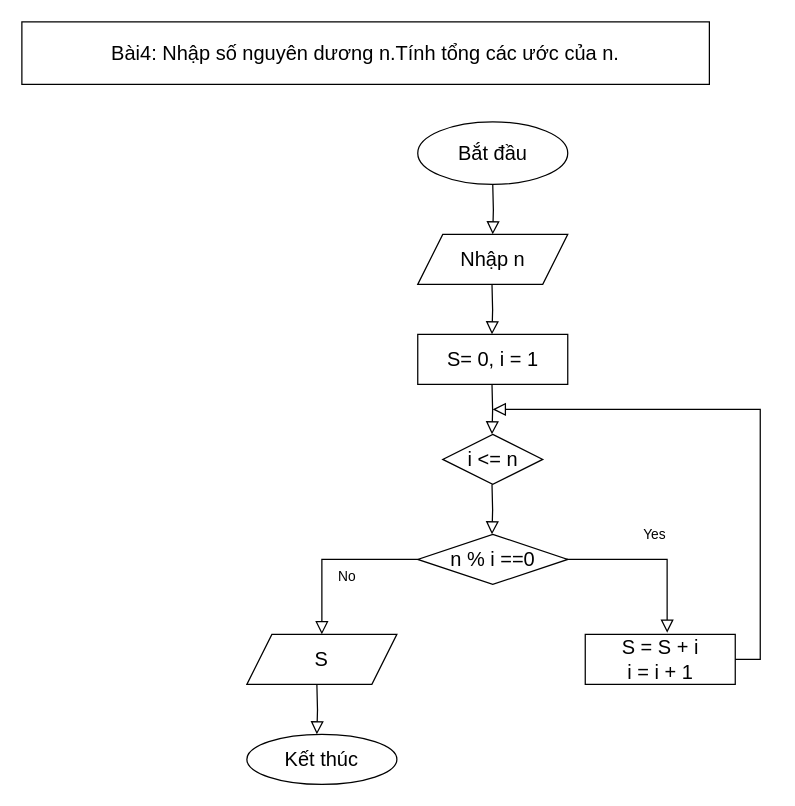
This is Bài 5.drawio from qmy03/NMLT, a draw.io file, before an edit. Source tidied: cells renumbered, new cells numbered last; positions are measured from the earlier drawing's top-left corner, leaving out a move shared by most shapes. Both pictures are drawn from the tidied source at 125%, with x=0, y=0 at pixel (21, 21).
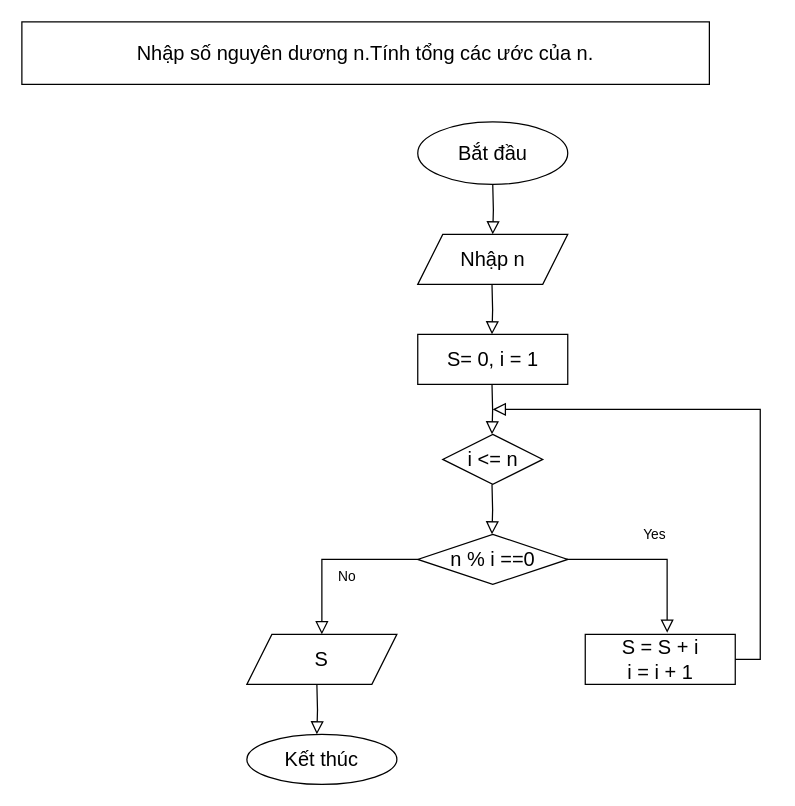
The same page after the edit.

What changed in the source:
```diff
@@
-    <mxCell id="18" value="Bài4: Nhập số nguyên dương n.Tính tổng các ước của n." style="rounded=0;whiteSpace=wrap;html=1;fontSize=16;" parent="1" vertex="1">
+    <mxCell id="18" value="Nhập số nguyên dương n.Tính tổng các ước của n." style="rounded=0;whiteSpace=wrap;html=1;fontSize=16;" parent="1" vertex="1">
       <mxGeometry width="550" height="50" as="geometry" />
     </mxCell>
```
